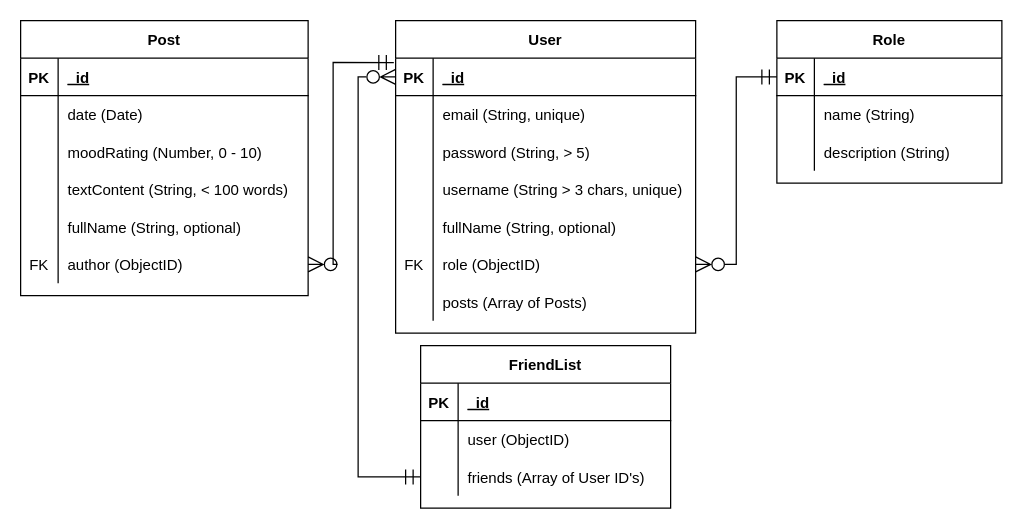
This is docs/ERD.drawio from Lanruoj/Mental-Health-Journal-API, a draw.io file, before an edit. Source tidied: cells renumbered, new cells numbered last; positions are measured from the earlier drawing's top-left corner, leaving out a move shared by most shapes. Both pictures are drawn from the tidied source at 125%, with x=0, y=0 at pixel (20, 20).
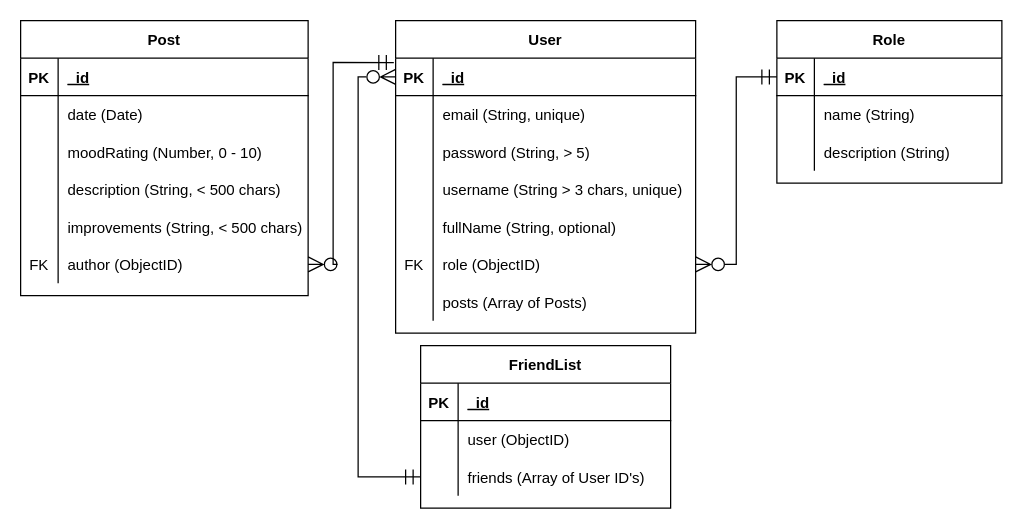
The same page after the edit.

Commit message (it also covers changes not shown here):
Create Post model & schema

The change refers to these unchanged cells:
```xml
<mxCell id="45" style="shape=tableRow;horizontal=0;startSize=0;swimlaneHead=0;swimlaneBody=0;fillColor=none;top=0;left=0;right=0;bottom=0;" parent="35" vertex="1">
  <mxGeometry y="120" width="230" height="30" as="geometry" />
</mxCell>
<mxCell id="48" style="shape=tableRow;horizontal=0;startSize=0;swimlaneHead=0;swimlaneBody=0;fillColor=none;top=0;left=0;right=0;bottom=0;" parent="35" vertex="1">
  <mxGeometry y="150" width="230" height="30" as="geometry" />
</mxCell>
```

What changed in the source:
```diff
@@
-    <mxCell id="47" value="textContent (String, &lt; 100 words)" style="shape=partialRectangle;fillColor=none;top=0;left=0;bottom=0;right=0;align=left;spacingLeft=6;overflow=hidden;" parent="45" vertex="1">
+    <mxCell id="47" value="description (String, &lt; 500 chars)" style="shape=partialRectangle;fillColor=none;top=0;left=0;bottom=0;right=0;align=left;spacingLeft=6;overflow=hidden;" parent="45" vertex="1">
       <mxGeometry x="30" width="200" height="30" as="geometry" />
     </mxCell>
@@
-    <mxCell id="50" value="fullName (String, optional)" style="shape=partialRectangle;fillColor=none;top=0;left=0;bottom=0;right=0;align=left;spacingLeft=6;overflow=hidden;" parent="48" vertex="1">
-      <mxGeometry x="30" width="200" height="30" as="geometry" />
-    </mxCell>
+    <mxCell id="66" value="improvements (String, &lt; 500 chars)" style="shape=partialRectangle;fillColor=none;top=0;left=0;bottom=0;right=0;align=left;spacingLeft=6;overflow=hidden;" parent="48" vertex="1">
+      <mxGeometry x="30" width="200" height="30" as="geometry" />
+    </mxCell>
```
